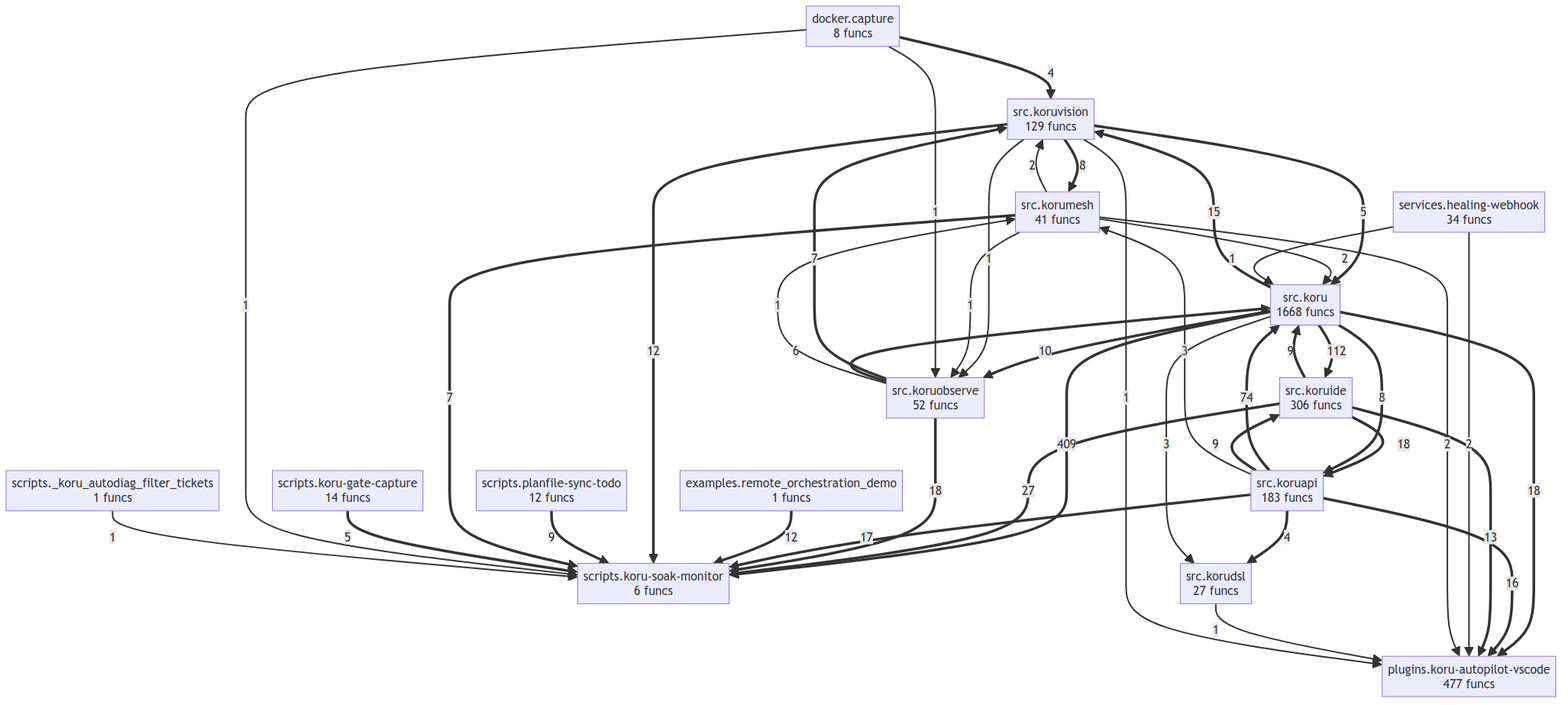
Before: project/compact_flow.png, a diagram exported from Mermaid (semcod/koru). Its source is kept beside it as project/compact_flow.mmd.
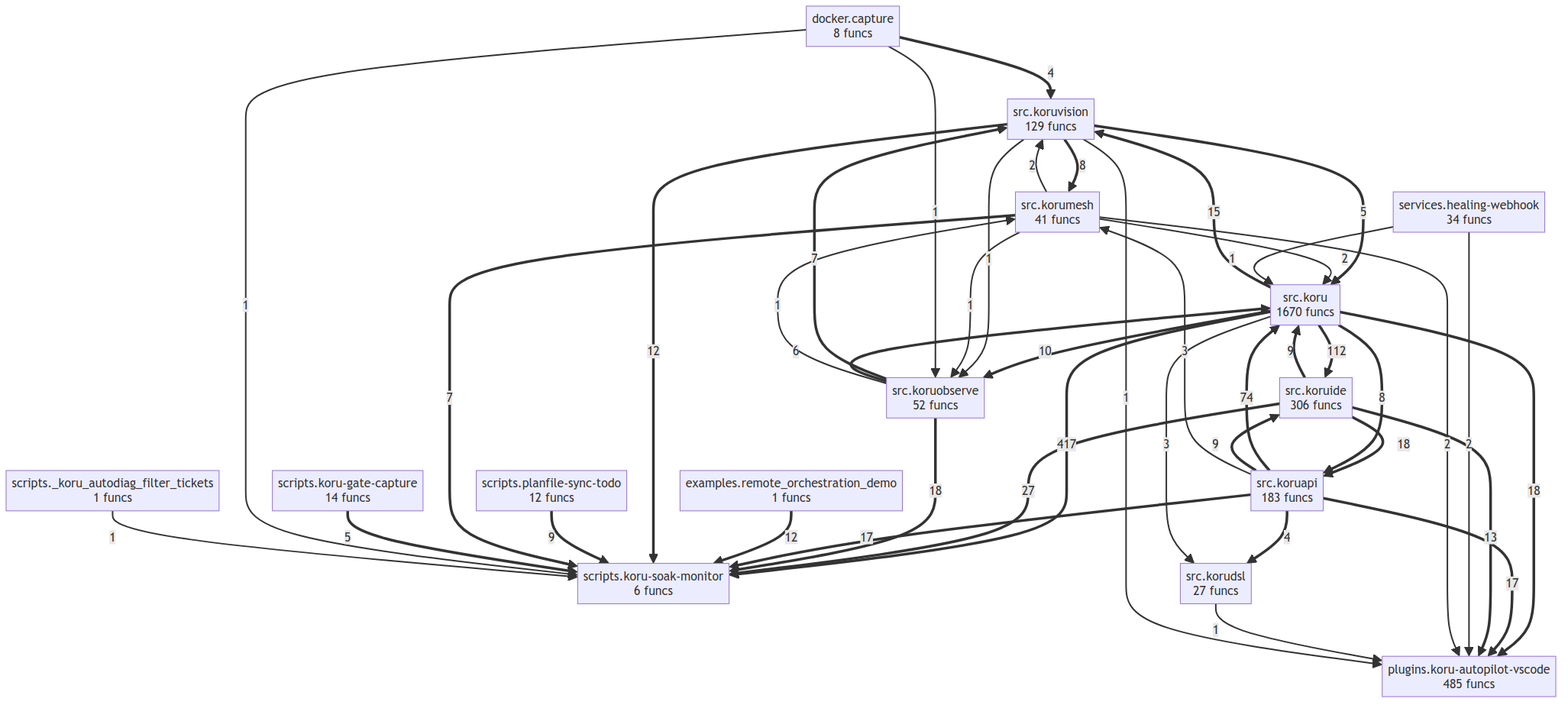
Later version of the same file.

What changed in the source:
```diff
@@ -1,28 +1,28 @@
 flowchart TD
     docker__capture["docker.capture<br/>8 funcs"]
     examples__remote_orchestration_demo["examples.remote_orchestration_demo<br/>1 funcs"]
-    plugins__koru_autopilot_vscode["plugins.koru-autopilot-vscode<br/>477 funcs"]
+    plugins__koru_autopilot_vscode["plugins.koru-autopilot-vscode<br/>485 funcs"]
     scripts___koru_autodiag_filter_tickets["scripts._koru_autodiag_filter_tickets<br/>1 funcs"]
     scripts__koru_gate_capture["scripts.koru-gate-capture<br/>14 funcs"]
     scripts__koru_soak_monitor["scripts.koru-soak-monitor<br/>6 funcs"]
     scripts__planfile_sync_todo["scripts.planfile-sync-todo<br/>12 funcs"]
     services__healing_webhook["services.healing-webhook<br/>34 funcs"]
-    src__koru["src.koru<br/>1668 funcs"]
+    src__koru["src.koru<br/>1670 funcs"]
     src__koruapi["src.koruapi<br/>183 funcs"]
     src__korudsl["src.korudsl<br/>27 funcs"]
     src__koruide["src.koruide<br/>306 funcs"]
     src__korumesh["src.korumesh<br/>41 funcs"]
     src__koruobserve["src.koruobserve<br/>52 funcs"]
     src__koruvision["src.koruvision<br/>129 funcs"]
-    src__koru ==>|409| scripts__koru_soak_monitor
+    src__koru ==>|417| scripts__koru_soak_monitor
     src__koru ==>|112| src__koruide
     src__koruapi ==>|74| src__koru
     src__koruide ==>|27| scripts__koru_soak_monitor
     src__koruobserve ==>|18| scripts__koru_soak_monitor
     src__koruide ==>|18| src__koruapi
     src__koru ==>|18| plugins__koru_autopilot_vscode
+    src__koruapi ==>|17| plugins__koru_autopilot_vscode
     src__koruapi ==>|17| scripts__koru_soak_monitor
-    src__koruapi ==>|16| plugins__koru_autopilot_vscode
     src__koru ==>|15| src__koruvision
     src__koruide ==>|13| plugins__koru_autopilot_vscode
     examples__remote_orchestration_demo ==>|12| scripts__koru_soak_monitor
@@ -40,8 +40,8 @@
     scripts__koru_gate_capture ==>|5| scripts__koru_soak_monitor
     src__koruapi ==>|4| src__korudsl
     docker__capture ==>|4| src__koruvision
+    src__koruapi -->|3| src__korumesh
     src__koru -->|3| src__korudsl
-    src__koruapi -->|3| src__korumesh
     services__healing_webhook -->|2| plugins__koru_autopilot_vscode
     src__korumesh -->|2| src__koru
     src__korumesh -->|2| src__koruvision
```
